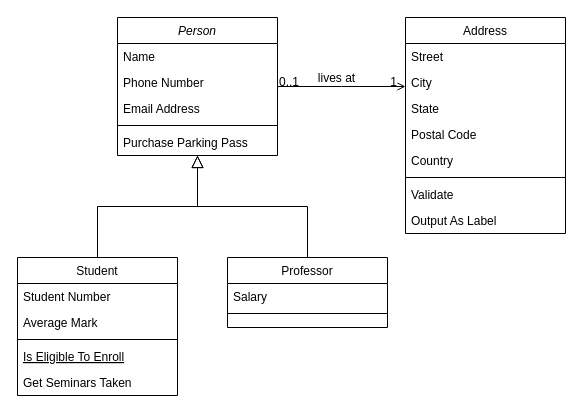
The draw.io diagram builder.drawio in hayden-pzhou/drawioChart, before the edit. Source tidied: cells renumbered, new cells numbered last; positions are measured from the earlier drawing's top-left corner, leaving out a move shared by most shapes. Both pictures are drawn from the tidied source at 100%, with x=0, y=0 at pixel (17, 17).
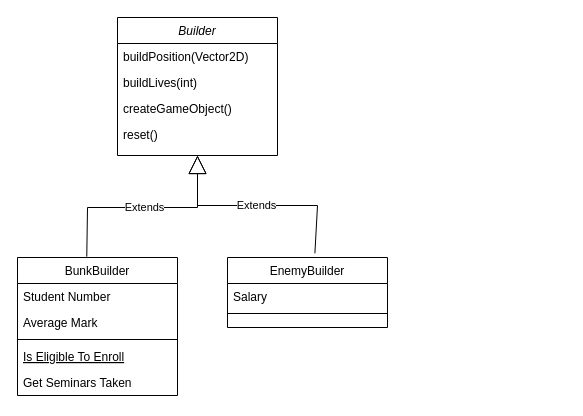
After the change.

Diff of the diagram source:
```diff
@@
-    <mxCell id="2" value="Person" style="swimlane;fontStyle=2;align=center;verticalAlign=top;horizontal=1;startSize=26;rounded=0;shadow=0;strokeWidth=1;" parent="1" vertex="1">
+    <mxCell id="2" value="Builder" style="swimlane;fontStyle=2;align=center;verticalAlign=top;horizontal=1;startSize=26;rounded=0;shadow=0;strokeWidth=1;" parent="1" vertex="1">
       <mxGeometry x="100" width="160" height="138" as="geometry" />
     </mxCell>
-    <mxCell id="3" value="Name" style="text;align=left;verticalAlign=top;spacingLeft=4;spacingRight=4;overflow=hidden;" parent="2" vertex="1">
-      <mxGeometry y="26" width="160" height="26" as="geometry" />
-    </mxCell>
-    <mxCell id="4" value="Phone Number" style="text;align=left;verticalAlign=top;spacingLeft=4;spacingRight=4;overflow=hidden;rounded=0;shadow=0;html=0;" parent="2" vertex="1">
-      <mxGeometry y="52" width="160" height="26" as="geometry" />
-    </mxCell>
-    <mxCell id="5" value="Email Address" style="text;align=left;verticalAlign=top;spacingLeft=4;spacingRight=4;overflow=hidden;rounded=0;shadow=0;html=0;" parent="2" vertex="1">
-      <mxGeometry y="78" width="160" height="26" as="geometry" />
-    </mxCell>
-    <mxCell id="6" style="line;html=1;strokeWidth=1;align=left;verticalAlign=middle;spacingTop=-1;spacingLeft=3;spacingRight=3;labelPosition=right;" parent="2" vertex="1">
-      <mxGeometry y="104" width="160" height="8" as="geometry" />
-    </mxCell>
-    <mxCell id="7" value="Purchase Parking Pass" style="text;align=left;verticalAlign=top;spacingLeft=4;spacingRight=4;overflow=hidden;" parent="2" vertex="1">
-      <mxGeometry y="112" width="160" height="26" as="geometry" />
+    <mxCell id="7" value="buildPosition(Vector2D)" style="text;align=left;verticalAlign=top;spacingLeft=4;spacingRight=4;overflow=hidden;" parent="2" vertex="1">
+      <mxGeometry y="26" width="160" height="26" as="geometry" />
     </mxCell>
+    <mxCell id="32" value="buildLives(int)" style="text;align=left;verticalAlign=top;spacingLeft=4;spacingRight=4;overflow=hidden;" parent="2" vertex="1">
+      <mxGeometry y="52" width="160" height="26" as="geometry" />
+    </mxCell>
+    <mxCell id="33" value="createGameObject()" style="text;align=left;verticalAlign=top;spacingLeft=4;spacingRight=4;overflow=hidden;" parent="2" vertex="1">
+      <mxGeometry y="78" width="160" height="26" as="geometry" />
+    </mxCell>
+    <mxCell id="34" value="reset()" style="text;align=left;verticalAlign=top;spacingLeft=4;spacingRight=4;overflow=hidden;" parent="2" vertex="1">
+      <mxGeometry y="104" width="160" height="26" as="geometry" />
+    </mxCell>
-    <mxCell id="8" value="Student" style="swimlane;fontStyle=0;align=center;verticalAlign=top;horizontal=1;startSize=26;rounded=0;shadow=0;strokeWidth=1;" parent="1" vertex="1">
+    <mxCell id="8" value="BunkBuilder" style="swimlane;fontStyle=0;align=center;verticalAlign=top;horizontal=1;startSize=26;rounded=0;shadow=0;strokeWidth=1;" parent="1" vertex="1">
       <mxGeometry y="240" width="160" height="138" as="geometry" />
     </mxCell>
@@
-    <mxCell id="14" style="endArrow=block;endSize=10;endFill=0;shadow=0;strokeWidth=1;rounded=0;edgeStyle=elbowEdgeStyle;elbow=vertical;" parent="1" edge="1" source="8" target="2">
-      <mxGeometry relative="1" as="geometry" />
-    </mxCell>
-    <mxCell id="15" value="Professor" style="swimlane;fontStyle=0;align=center;verticalAlign=top;horizontal=1;startSize=26;rounded=0;shadow=0;strokeWidth=1;" parent="1" vertex="1">
+    <mxCell id="15" value="EnemyBuilder" style="swimlane;fontStyle=0;align=center;verticalAlign=top;horizontal=1;startSize=26;rounded=0;shadow=0;strokeWidth=1;" parent="1" vertex="1">
       <mxGeometry x="210" y="240" width="160" height="70" as="geometry" />
     </mxCell>
@@
-    <mxCell id="18" style="endArrow=block;endSize=10;endFill=0;shadow=0;strokeWidth=1;rounded=0;edgeStyle=elbowEdgeStyle;elbow=vertical;" parent="1" edge="1" source="15" target="2">
-      <mxGeometry relative="1" as="geometry" />
-    </mxCell>
-    <mxCell id="19" value="Address" style="swimlane;fontStyle=0;align=center;verticalAlign=top;horizontal=1;startSize=26;rounded=0;shadow=0;strokeWidth=1;" parent="1" vertex="1">
-      <mxGeometry x="388" width="160" height="216" as="geometry" />
-    </mxCell>
-    <mxCell id="20" value="Street" style="text;align=left;verticalAlign=top;spacingLeft=4;spacingRight=4;overflow=hidden;" parent="19" vertex="1">
-      <mxGeometry y="26" width="160" height="26" as="geometry" />
-    </mxCell>
-    <mxCell id="21" value="City" style="text;align=left;verticalAlign=top;spacingLeft=4;spacingRight=4;overflow=hidden;rounded=0;shadow=0;html=0;" parent="19" vertex="1">
-      <mxGeometry y="52" width="160" height="26" as="geometry" />
-    </mxCell>
-    <mxCell id="22" value="State" style="text;align=left;verticalAlign=top;spacingLeft=4;spacingRight=4;overflow=hidden;rounded=0;shadow=0;html=0;" parent="19" vertex="1">
-      <mxGeometry y="78" width="160" height="26" as="geometry" />
-    </mxCell>
-    <mxCell id="23" value="Postal Code" style="text;align=left;verticalAlign=top;spacingLeft=4;spacingRight=4;overflow=hidden;rounded=0;shadow=0;html=0;" parent="19" vertex="1">
-      <mxGeometry y="104" width="160" height="26" as="geometry" />
-    </mxCell>
-    <mxCell id="24" value="Country" style="text;align=left;verticalAlign=top;spacingLeft=4;spacingRight=4;overflow=hidden;rounded=0;shadow=0;html=0;" parent="19" vertex="1">
-      <mxGeometry y="130" width="160" height="26" as="geometry" />
-    </mxCell>
-    <mxCell id="25" style="line;html=1;strokeWidth=1;align=left;verticalAlign=middle;spacingTop=-1;spacingLeft=3;spacingRight=3;labelPosition=right;" parent="19" vertex="1">
-      <mxGeometry y="156" width="160" height="8" as="geometry" />
-    </mxCell>
-    <mxCell id="26" value="Validate" style="text;align=left;verticalAlign=top;spacingLeft=4;spacingRight=4;overflow=hidden;" parent="19" vertex="1">
-      <mxGeometry y="164" width="160" height="26" as="geometry" />
-    </mxCell>
-    <mxCell id="27" value="Output As Label" style="text;align=left;verticalAlign=top;spacingLeft=4;spacingRight=4;overflow=hidden;" parent="19" vertex="1">
-      <mxGeometry y="190" width="160" height="26" as="geometry" />
-    </mxCell>
-    <mxCell id="28" style="endArrow=open;shadow=0;strokeWidth=1;rounded=0;endFill=1;edgeStyle=elbowEdgeStyle;elbow=vertical;" parent="1" edge="1" source="2" target="19">
-      <mxGeometry x="0.5" y="41" relative="1" as="geometry">
-        <mxPoint x="-40" y="32" as="offset" />
-      </mxGeometry>
-    </mxCell>
-    <mxCell id="29" value="0..1" style="align=left;verticalAlign=bottom;labelBackgroundColor=none;fontSize=12;" parent="28" vertex="1">
-      <mxGeometry x="-1" relative="1" as="geometry">
-        <mxPoint y="4" as="offset" />
-      </mxGeometry>
-    </mxCell>
-    <mxCell id="30" value="1" style="align=right;verticalAlign=bottom;labelBackgroundColor=none;fontSize=12;" parent="28" vertex="1">
-      <mxGeometry x="1" relative="1" as="geometry">
-        <mxPoint x="-7" y="4" as="offset" />
-      </mxGeometry>
-    </mxCell>
-    <mxCell id="31" value="lives at" style="text;html=1;align=center;verticalAlign=middle;labelBackgroundColor=none;rounded=0;shadow=0;strokeWidth=1;fontSize=12;" parent="28" vertex="1">
-      <mxGeometry x="0.5" y="49" relative="1" as="geometry">
-        <mxPoint x="-38" y="40" as="offset" />
-      </mxGeometry>
-    </mxCell>
+    <mxCell id="14" value="Extends" style="endArrow=block;endSize=16;endFill=0;html=1;rounded=0;exitX=0.433;exitY=-0.006;exitDx=0;exitDy=0;exitPerimeter=0;entryX=0.5;entryY=1;entryDx=0;entryDy=0;" parent="1" edge="1" source="8" target="2">
+      <mxGeometry relative="1" as="geometry">
+        <Array as="points">
+          <mxPoint x="70" y="190" />
+          <mxPoint x="180" y="190" />
+        </Array>
+      </mxGeometry>
+    </mxCell>
+    <mxCell id="35" value="Extends" style="endArrow=block;endSize=16;endFill=0;html=1;rounded=0;exitX=0.546;exitY=-0.031;exitDx=0;exitDy=0;exitPerimeter=0;" parent="1" edge="1">
+      <mxGeometry relative="1" as="geometry">
+        <mxPoint x="297.4" y="235.8" as="sourcePoint" />
+        <mxPoint x="180" y="138" as="targetPoint" />
+        <Array as="points">
+          <mxPoint x="300" y="188" />
+          <mxPoint x="180" y="188" />
+        </Array>
+      </mxGeometry>
+    </mxCell>
```
